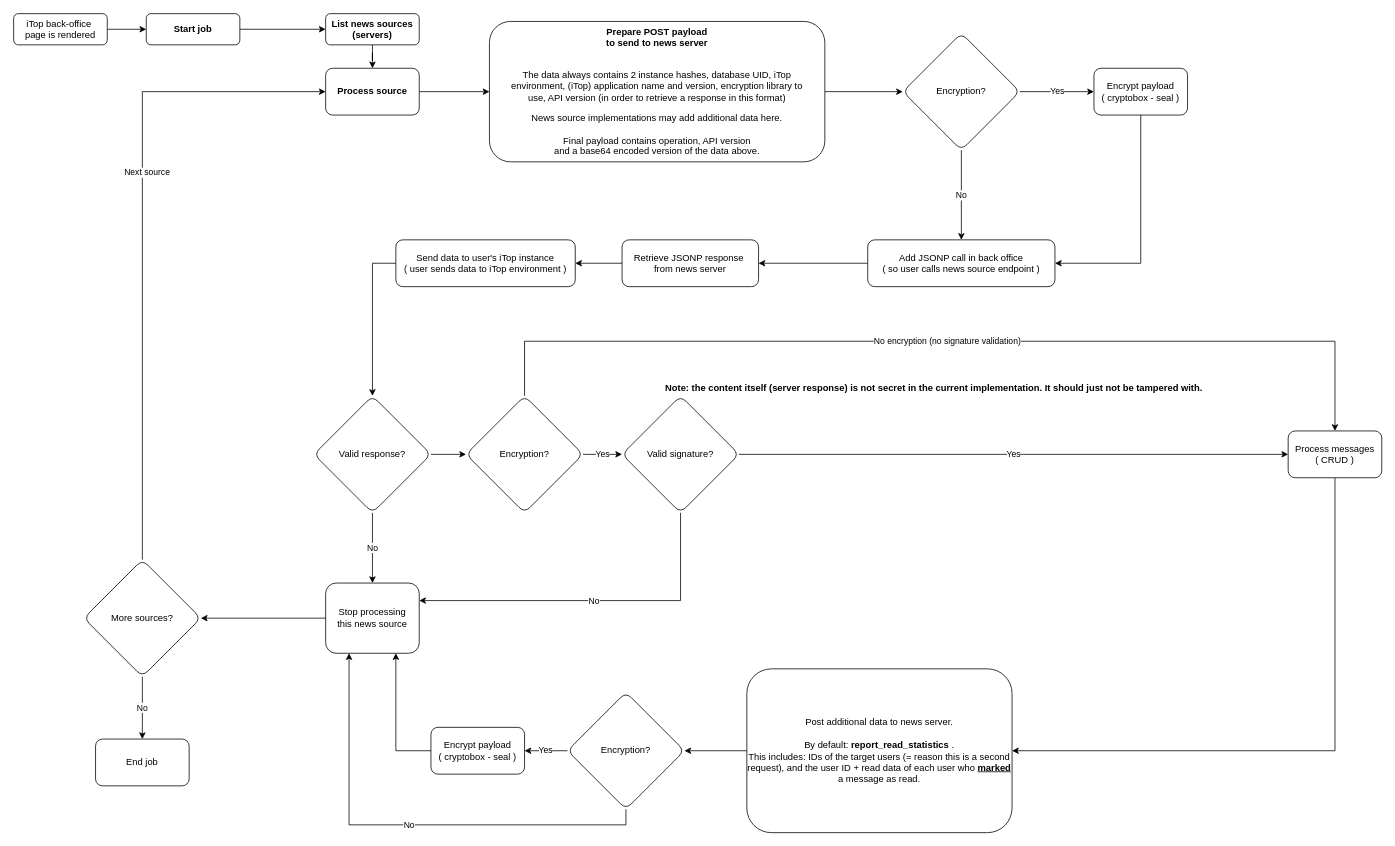
Above: page "MITM" (3 of 3) of documentation/Diagram - background process.drawio in jbostoen/itop-jb-news (draw.io), before the change. Source tidied: cells renumbered, new cells numbered last; positions are measured from the earlier drawing's top-left corner, leaving out a move shared by most shapes. Both pictures are drawn from the tidied source at 78%, with x=0, y=0 at pixel (13, 13).
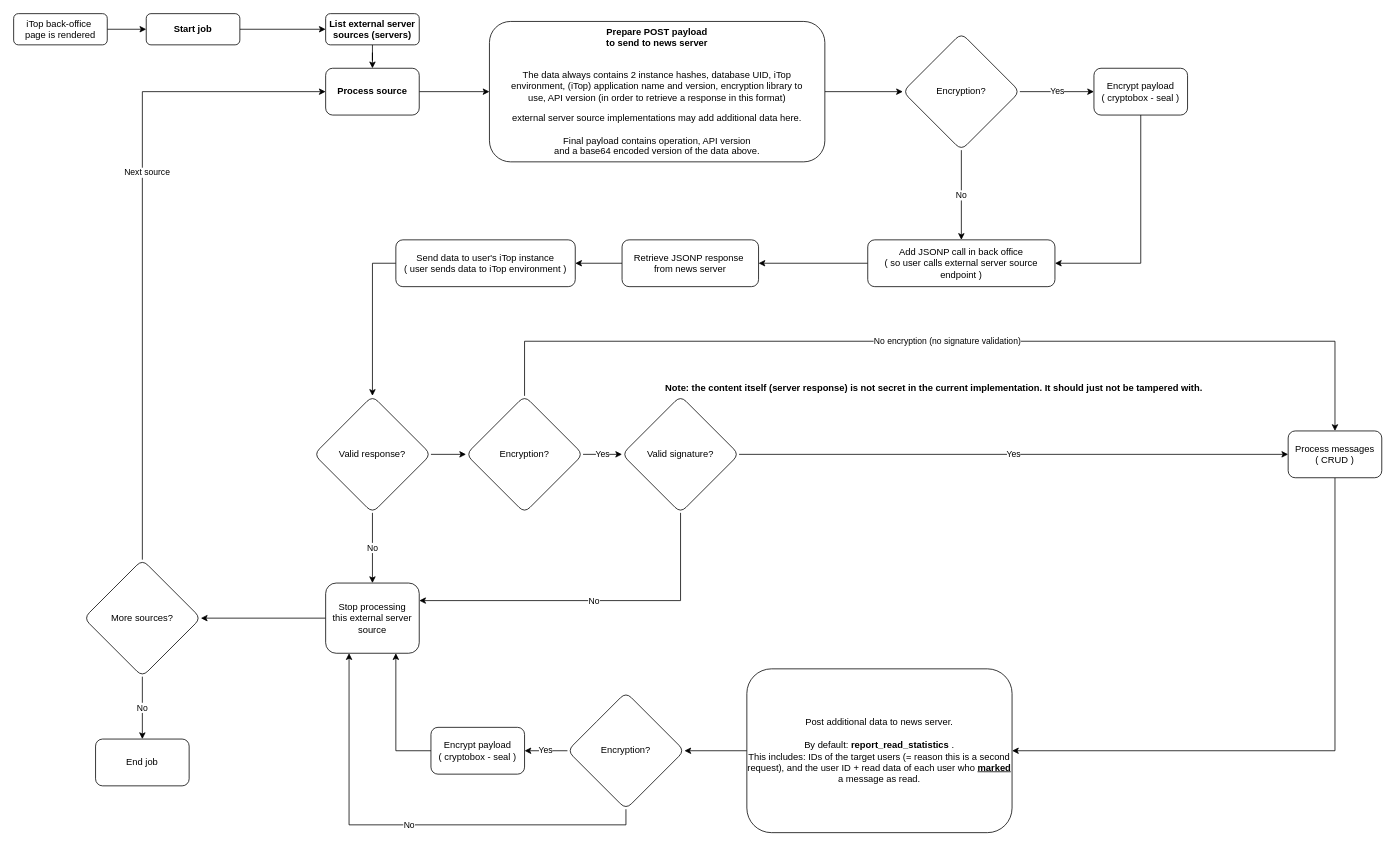
The same page after the edit.

Change to the diagram source:
```diff
@@
-    <mxCell id="7" value="List news sources (servers)" style="rounded=1;whiteSpace=wrap;html=1;fontSize=12;glass=0;strokeWidth=1;shadow=0;fontStyle=1;" parent="1" vertex="1">
+    <mxCell id="7" value="List external server sources (servers)" style="rounded=1;whiteSpace=wrap;html=1;fontSize=12;glass=0;strokeWidth=1;shadow=0;fontStyle=1;" parent="1" vertex="1">
       <mxGeometry x="400" width="120" height="40" as="geometry" />
     </mxCell>
@@
-    <mxCell id="9" value="&lt;b&gt;Prepare POST payload &lt;br&gt;to send to news server&lt;/b&gt;&lt;br&gt;&lt;br&gt;&lt;p align=&quot;center&quot;&gt;The data always contains 2 instance hashes, database UID, iTop &lt;br&gt;environment, (iTop) application name and version, encryption library to &lt;br&gt;use, API version (in order to retrieve a response in this format)&lt;br&gt;&lt;/p&gt;&lt;div align=&quot;center&quot;&gt;News source implementations may add additional data here.&lt;br&gt;&lt;br&gt;Final payload contains operation, API version &lt;br&gt;and a base64 encoded version of the data above.&lt;br&gt;&lt;/div&gt;" style="rounded=1;whiteSpace=wrap;html=1;fontSize=12;glass=0;strokeWidth=1;shadow=0;" parent="1" vertex="1">
+    <mxCell id="9" value="&lt;b&gt;Prepare POST payload &lt;br&gt;to send to news server&lt;/b&gt;&lt;br&gt;&lt;br&gt;&lt;p align=&quot;center&quot;&gt;The data always contains 2 instance hashes, database UID, iTop &lt;br&gt;environment, (iTop) application name and version, encryption library to &lt;br&gt;use, API version (in order to retrieve a response in this format)&lt;br&gt;&lt;/p&gt;&lt;div align=&quot;center&quot;&gt;external server source implementations may add additional data here.&lt;br&gt;&lt;br&gt;Final payload contains operation, API version &lt;br&gt;and a base64 encoded version of the data above.&lt;br&gt;&lt;/div&gt;" style="rounded=1;whiteSpace=wrap;html=1;fontSize=12;glass=0;strokeWidth=1;shadow=0;" parent="1" vertex="1">
       <mxGeometry x="610" y="10" width="430" height="180" as="geometry" />
     </mxCell>
@@
-    <mxCell id="12" value="Add JSONP call in back office&lt;br&gt;( so user calls news source endpoint )" style="rounded=1;whiteSpace=wrap;html=1;fontSize=12;glass=0;strokeWidth=1;shadow=0;" parent="1" vertex="1">
+    <mxCell id="12" value="Add JSONP call in back office&lt;br&gt;( so user calls external server source endpoint )" style="rounded=1;whiteSpace=wrap;html=1;fontSize=12;glass=0;strokeWidth=1;shadow=0;" parent="1" vertex="1">
       <mxGeometry x="1095" y="290" width="240" height="60" as="geometry" />
     </mxCell>
@@
-    <mxCell id="17" value="Stop processing&lt;br&gt;this news source" style="whiteSpace=wrap;html=1;rounded=1;glass=0;strokeWidth=1;shadow=0;" parent="1" vertex="1">
+    <mxCell id="17" value="Stop processing&lt;br&gt;this external server source" style="whiteSpace=wrap;html=1;rounded=1;glass=0;strokeWidth=1;shadow=0;" parent="1" vertex="1">
       <mxGeometry x="400" y="730" width="120" height="90" as="geometry" />
     </mxCell>
```
